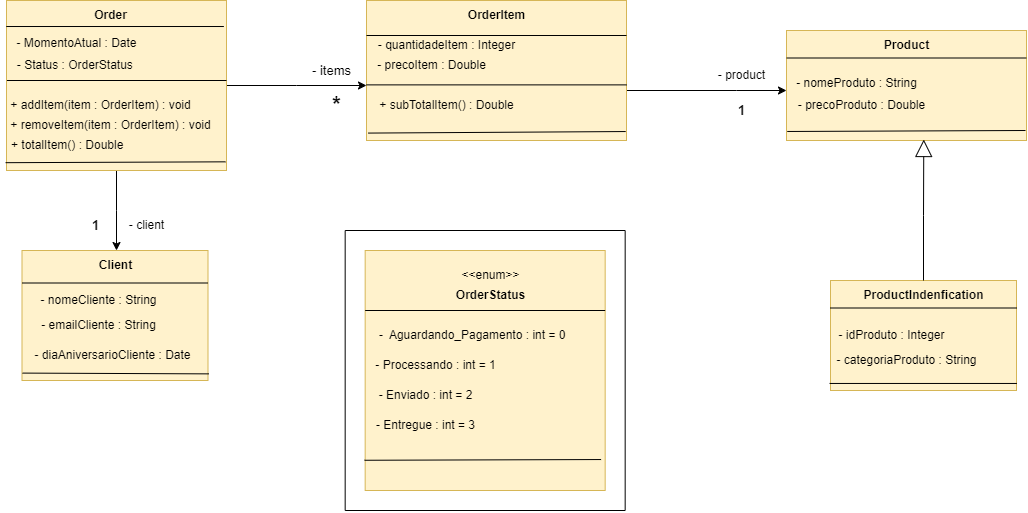
Earlier version of the draw.io export Imagens/Arquitetura_updated.drawio.png (devpaulojr/OrderingSystem). Source tidied: cells renumbered, new cells last; positions are measured from the earlier drawing's top-left corner, leaving out a move shared by most shapes. Its diagram source:
```xml
<mxGraphModel>
  <root>
    <mxCell id="0" />
    <mxCell id="1" parent="0" />
    <mxCell id="2" style="edgeStyle=orthogonalEdgeStyle;rounded=0;jettySize=auto;html=1;exitX=0.5;exitY=1;exitDx=0;exitDy=0;" parent="1" edge="1" source="4">
      <mxGeometry relative="1" as="geometry">
        <mxPoint x="116" y="250" as="targetPoint" />
      </mxGeometry>
    </mxCell>
    <mxCell id="3" style="edgeStyle=orthogonalEdgeStyle;rounded=0;jettySize=auto;html=1;" parent="1" edge="1" source="4">
      <mxGeometry relative="1" as="geometry">
        <mxPoint x="366" y="85" as="targetPoint" />
      </mxGeometry>
    </mxCell>
    <mxCell id="4" style="rounded=0;whiteSpace=wrap;html=1;fillColor=#fff2cc;strokeColor=#d6b656;" parent="1" vertex="1">
      <mxGeometry x="6" width="220" height="170" as="geometry" />
    </mxCell>
    <mxCell id="5" style="endArrow=none;html=1;rounded=0;exitX=-0.001;exitY=0.153;exitDx=0;exitDy=0;entryX=0.988;entryY=0.153;entryDx=0;entryDy=0;entryPerimeter=0;exitPerimeter=0;" parent="1" edge="1" source="4" target="4">
      <mxGeometry relative="1" as="geometry" />
    </mxCell>
    <mxCell id="6" value="&lt;b&gt;Order&lt;/b&gt;" style="text;html=1;align=center;verticalAlign=middle;strokeColor=none;fillColor=none;" parent="1" vertex="1">
      <mxGeometry x="80" width="60" height="30" as="geometry" />
    </mxCell>
    <mxCell id="7" value="- MomentoAtual : Date&lt;div&gt;&lt;br&gt;&lt;/div&gt;" style="text;html=1;align=center;verticalAlign=middle;strokeColor=none;fillColor=none;" parent="1" vertex="1">
      <mxGeometry x="6" y="30" width="140" height="40" as="geometry" />
    </mxCell>
    <mxCell id="8" value="- Status : OrderStatus&amp;nbsp;" style="text;html=1;align=center;verticalAlign=middle;strokeColor=none;fillColor=none;" parent="1" vertex="1">
      <mxGeometry x="6" y="50" width="140" height="30" as="geometry" />
    </mxCell>
    <mxCell id="9" style="endArrow=none;html=1;rounded=0;exitX=0.004;exitY=0.593;exitDx=0;exitDy=0;exitPerimeter=0;entryX=1.002;entryY=0.593;entryDx=0;entryDy=0;entryPerimeter=0;" parent="1" edge="1">
      <mxGeometry relative="1" as="geometry">
        <mxPoint x="6.4" y="80" as="sourcePoint" />
        <mxPoint x="226" y="80" as="targetPoint" />
      </mxGeometry>
    </mxCell>
    <mxCell id="10" value="+ addItem(item : OrderItem) : void" style="text;html=1;align=center;verticalAlign=middle;strokeColor=none;fillColor=none;" parent="1" vertex="1">
      <mxGeometry y="90" width="200" height="30" as="geometry" />
    </mxCell>
    <mxCell id="11" value="+ removeItem(item : OrderItem) : void" style="text;html=1;align=center;verticalAlign=middle;strokeColor=none;fillColor=none;" parent="1" vertex="1">
      <mxGeometry y="110" width="220" height="30" as="geometry" />
    </mxCell>
    <mxCell id="12" value="+ totalItem() : Double&amp;nbsp;&amp;nbsp;" style="text;html=1;align=center;verticalAlign=middle;strokeColor=none;fillColor=none;" parent="1" vertex="1">
      <mxGeometry y="130" width="140" height="30" as="geometry" />
    </mxCell>
    <mxCell id="13" style="rounded=0;whiteSpace=wrap;html=1;fillColor=#fff2cc;strokeColor=#d6b656;" parent="1" vertex="1">
      <mxGeometry x="21.5" y="250" width="186" height="130" as="geometry" />
    </mxCell>
    <mxCell id="14" value="&lt;b&gt;Client&lt;/b&gt;" style="text;html=1;align=center;verticalAlign=middle;strokeColor=none;fillColor=none;" parent="1" vertex="1">
      <mxGeometry x="84.5" y="250" width="60" height="30" as="geometry" />
    </mxCell>
    <mxCell id="15" value="- nomeCliente : String" style="text;html=1;align=center;verticalAlign=middle;strokeColor=none;fillColor=none;" parent="1" vertex="1">
      <mxGeometry x="27.5" y="285" width="140" height="30" as="geometry" />
    </mxCell>
    <mxCell id="16" value="- emailCliente : String" style="text;html=1;align=center;verticalAlign=middle;strokeColor=none;fillColor=none;" parent="1" vertex="1">
      <mxGeometry x="27.5" y="310" width="140" height="30" as="geometry" />
    </mxCell>
    <mxCell id="17" value="- diaAniversarioCliente : Date" style="text;html=1;align=center;verticalAlign=middle;strokeColor=none;fillColor=none;" parent="1" vertex="1">
      <mxGeometry x="21.5" y="340" width="180" height="30" as="geometry" />
    </mxCell>
    <mxCell id="18" style="endArrow=none;html=1;rounded=0;entryX=0;entryY=0.25;entryDx=0;entryDy=0;exitX=1;exitY=0.25;exitDx=0;exitDy=0;" parent="1" edge="1" source="13" target="13">
      <mxGeometry relative="1" as="geometry" />
    </mxCell>
    <mxCell id="19" style="edgeStyle=orthogonalEdgeStyle;rounded=0;jettySize=auto;html=1;exitX=1;exitY=0.75;exitDx=0;exitDy=0;" parent="1" edge="1" source="20">
      <mxGeometry relative="1" as="geometry">
        <mxPoint x="786" y="90" as="targetPoint" />
        <Array as="points">
          <mxPoint x="736" y="90" />
          <mxPoint x="736" y="90" />
        </Array>
      </mxGeometry>
    </mxCell>
    <mxCell id="20" style="rounded=0;whiteSpace=wrap;html=1;fillColor=#fff2cc;strokeColor=#d6b656;" parent="1" vertex="1">
      <mxGeometry x="366" width="260" height="140" as="geometry" />
    </mxCell>
    <mxCell id="21" value="&lt;b&gt;OrderItem&lt;/b&gt;" style="text;html=1;align=center;verticalAlign=middle;strokeColor=none;fillColor=none;" parent="1" vertex="1">
      <mxGeometry x="456" width="80" height="30" as="geometry" />
    </mxCell>
    <mxCell id="22" style="endArrow=none;html=1;rounded=0;entryX=1;entryY=0.25;entryDx=0;entryDy=0;exitX=0;exitY=0.25;exitDx=0;exitDy=0;elbow=vertical;" parent="1" edge="1" source="20" target="20">
      <mxGeometry relative="1" as="geometry" />
    </mxCell>
    <mxCell id="23" value="- quantidadeItem : Integer" style="text;html=1;align=center;verticalAlign=middle;strokeColor=none;fillColor=none;" parent="1" vertex="1">
      <mxGeometry x="366" y="30" width="160" height="30" as="geometry" />
    </mxCell>
    <mxCell id="24" value="- precoItem : Double" style="text;html=1;align=center;verticalAlign=middle;strokeColor=none;fillColor=none;" parent="1" vertex="1">
      <mxGeometry x="366" y="50" width="130" height="30" as="geometry" />
    </mxCell>
    <mxCell id="25" style="endArrow=none;html=1;rounded=0;entryX=1;entryY=0.75;entryDx=0;entryDy=0;exitX=0;exitY=0.75;exitDx=0;exitDy=0;" parent="1" edge="1">
      <mxGeometry relative="1" as="geometry">
        <mxPoint x="366" y="84.4" as="sourcePoint" />
        <mxPoint x="626" y="84.4" as="targetPoint" />
      </mxGeometry>
    </mxCell>
    <mxCell id="26" value="+ subTotalItem() : Double" style="text;html=1;align=center;verticalAlign=middle;strokeColor=none;fillColor=none;" parent="1" vertex="1">
      <mxGeometry x="366" y="90" width="160" height="30" as="geometry" />
    </mxCell>
    <mxCell id="27" style="rounded=0;whiteSpace=wrap;html=1;fillColor=#fff2cc;strokeColor=#d6b656;" parent="1" vertex="1">
      <mxGeometry x="786" y="30" width="240" height="110" as="geometry" />
    </mxCell>
    <mxCell id="28" value="&lt;b&gt;Product&lt;/b&gt;" style="text;html=1;align=center;verticalAlign=middle;strokeColor=none;fillColor=none;" parent="1" vertex="1">
      <mxGeometry x="871" y="30" width="70" height="30" as="geometry" />
    </mxCell>
    <mxCell id="29" value="- nomeProduto : String&lt;div&gt;&lt;div&gt;&lt;br&gt;&lt;/div&gt;&lt;/div&gt;" style="text;html=1;align=center;verticalAlign=middle;strokeColor=none;fillColor=none;" parent="1" vertex="1">
      <mxGeometry x="786" y="70" width="140" height="40" as="geometry" />
    </mxCell>
    <mxCell id="30" value="- precoProduto : Double" style="text;html=1;align=center;verticalAlign=middle;strokeColor=none;fillColor=none;" parent="1" vertex="1">
      <mxGeometry x="786" y="90" width="150" height="30" as="geometry" />
    </mxCell>
    <mxCell id="31" style="endArrow=none;html=1;rounded=0;entryX=1;entryY=0.25;entryDx=0;entryDy=0;exitX=0;exitY=0.25;exitDx=0;exitDy=0;" parent="1" edge="1" source="27" target="27">
      <mxGeometry relative="1" as="geometry" />
    </mxCell>
    <mxCell id="32" style="endArrow=none;html=1;rounded=0;entryX=1.005;entryY=0.949;entryDx=0;entryDy=0;entryPerimeter=0;exitX=0.003;exitY=0.943;exitDx=0;exitDy=0;exitPerimeter=0;" parent="1" edge="1" source="13" target="13">
      <mxGeometry relative="1" as="geometry" />
    </mxCell>
    <mxCell id="33" style="endArrow=none;html=1;rounded=0;exitX=-0.004;exitY=0.954;exitDx=0;exitDy=0;exitPerimeter=0;entryX=0.996;entryY=0.949;entryDx=0;entryDy=0;entryPerimeter=0;" parent="1" edge="1" source="4" target="4">
      <mxGeometry relative="1" as="geometry" />
    </mxCell>
    <mxCell id="34" style="endArrow=none;html=1;rounded=0;exitX=0.006;exitY=0.947;exitDx=0;exitDy=0;exitPerimeter=0;entryX=0.997;entryY=0.936;entryDx=0;entryDy=0;entryPerimeter=0;" parent="1" edge="1" source="20" target="20">
      <mxGeometry relative="1" as="geometry" />
    </mxCell>
    <mxCell id="35" style="endArrow=none;html=1;rounded=0;entryX=0.003;entryY=0.918;entryDx=0;entryDy=0;entryPerimeter=0;" parent="1" edge="1" target="27">
      <mxGeometry relative="1" as="geometry">
        <mxPoint x="1025" y="130" as="sourcePoint" />
      </mxGeometry>
    </mxCell>
    <mxCell id="36" style="whiteSpace=wrap;html=1;fillColor=#fff2cc;strokeColor=#d6b656;" parent="1" vertex="1">
      <mxGeometry x="364.7" y="250" width="240" height="240" as="geometry" />
    </mxCell>
    <mxCell id="37" value="&amp;lt;&amp;lt;enum&amp;gt;&amp;gt;" style="text;html=1;align=center;verticalAlign=middle;strokeColor=none;fillColor=none;" parent="1" vertex="1">
      <mxGeometry x="449.7" y="260" width="80" height="30" as="geometry" />
    </mxCell>
    <mxCell id="38" value="&lt;b&gt;OrderStatus&lt;/b&gt;" style="text;html=1;align=center;verticalAlign=middle;strokeColor=none;fillColor=none;" parent="1" vertex="1">
      <mxGeometry x="444.7" y="280" width="90" height="30" as="geometry" />
    </mxCell>
    <mxCell id="39" style="endArrow=none;html=1;rounded=0;exitX=0;exitY=0.25;exitDx=0;exitDy=0;entryX=1;entryY=0.25;entryDx=0;entryDy=0;" parent="1" edge="1" source="36" target="36">
      <mxGeometry relative="1" as="geometry" />
    </mxCell>
    <mxCell id="40" value="-&amp;nbsp; Aguardando_Pagamento : int = 0&amp;nbsp;&amp;nbsp;" style="text;html=1;align=center;verticalAlign=middle;strokeColor=none;fillColor=none;" parent="1" vertex="1">
      <mxGeometry x="364.7" y="320" width="220" height="30" as="geometry" />
    </mxCell>
    <mxCell id="41" value="- Processando : int = 1" style="text;html=1;align=center;verticalAlign=middle;strokeColor=none;fillColor=none;" parent="1" vertex="1">
      <mxGeometry x="364.7" y="350" width="140" height="30" as="geometry" />
    </mxCell>
    <mxCell id="42" value="- Enviado : int = 2" style="text;html=1;align=center;verticalAlign=middle;strokeColor=none;fillColor=none;" parent="1" vertex="1">
      <mxGeometry x="364.7" y="380" width="120" height="30" as="geometry" />
    </mxCell>
    <mxCell id="43" value="- Entregue : int = 3" style="text;html=1;align=center;verticalAlign=middle;strokeColor=none;fillColor=none;" parent="1" vertex="1">
      <mxGeometry x="364.7" y="410" width="120" height="30" as="geometry" />
    </mxCell>
    <mxCell id="44" style="endArrow=none;html=1;rounded=0;exitX=-0.003;exitY=0.874;exitDx=0;exitDy=0;exitPerimeter=0;entryX=0.983;entryY=0.871;entryDx=0;entryDy=0;entryPerimeter=0;" parent="1" edge="1" source="36" target="36">
      <mxGeometry relative="1" as="geometry" />
    </mxCell>
    <mxCell id="45" style="endArrow=none;html=1;rounded=0;" parent="1" edge="1">
      <mxGeometry relative="1" as="geometry">
        <mxPoint x="624.7" y="230" as="sourcePoint" />
        <mxPoint x="344.7" y="230" as="targetPoint" />
      </mxGeometry>
    </mxCell>
    <mxCell id="46" style="endArrow=none;html=1;rounded=0;" parent="1" edge="1">
      <mxGeometry relative="1" as="geometry">
        <mxPoint x="344.7" y="510" as="sourcePoint" />
        <mxPoint x="344.7" y="230" as="targetPoint" />
      </mxGeometry>
    </mxCell>
    <mxCell id="47" style="endArrow=none;html=1;rounded=0;" parent="1" edge="1">
      <mxGeometry relative="1" as="geometry">
        <mxPoint x="624.7" y="510" as="sourcePoint" />
        <mxPoint x="624.7" y="230" as="targetPoint" />
      </mxGeometry>
    </mxCell>
    <mxCell id="48" style="endArrow=none;html=1;rounded=0;" parent="1" edge="1">
      <mxGeometry relative="1" as="geometry">
        <mxPoint x="344.7" y="510" as="sourcePoint" />
        <mxPoint x="624.7" y="510" as="targetPoint" />
      </mxGeometry>
    </mxCell>
    <mxCell id="49" value="&lt;b style=&quot;font-size: 22px;&quot;&gt;*&lt;/b&gt;" style="text;html=1;align=center;verticalAlign=middle;strokeColor=none;fillColor=none;spacingTop=-1;fontSize=22;" parent="1" vertex="1">
      <mxGeometry x="321" y="85" width="30" height="40" as="geometry" />
    </mxCell>
    <mxCell id="50" value="- items" style="text;html=1;align=center;verticalAlign=middle;strokeColor=none;fillColor=none;fontSize=13;" parent="1" vertex="1">
      <mxGeometry x="301" y="55" width="60" height="30" as="geometry" />
    </mxCell>
    <mxCell id="51" value="&lt;b&gt;&lt;font style=&quot;font-size: 13px;&quot;&gt;1&lt;/font&gt;&lt;/b&gt;" style="text;html=1;align=center;verticalAlign=middle;strokeColor=none;fillColor=none;" parent="1" vertex="1">
      <mxGeometry x="80" y="210" width="30" height="30" as="geometry" />
    </mxCell>
    <mxCell id="52" value="- client" style="text;html=1;align=center;verticalAlign=middle;strokeColor=none;fillColor=none;" parent="1" vertex="1">
      <mxGeometry x="116" y="210" width="60" height="30" as="geometry" />
    </mxCell>
    <mxCell id="53" value="- product" style="text;html=1;align=center;verticalAlign=middle;strokeColor=none;fillColor=none;" parent="1" vertex="1">
      <mxGeometry x="706" y="60" width="70" height="30" as="geometry" />
    </mxCell>
    <mxCell id="54" value="&lt;b&gt;&lt;font style=&quot;font-size: 13px;&quot;&gt;1&lt;/font&gt;&lt;/b&gt;" style="text;html=1;align=center;verticalAlign=middle;strokeColor=none;fillColor=none;" parent="1" vertex="1">
      <mxGeometry x="726" y="95" width="30" height="30" as="geometry" />
    </mxCell>
    <mxCell id="55" style="rounded=0;whiteSpace=wrap;html=1;fillColor=#fff2cc;strokeColor=#d6b656;" parent="1" vertex="1">
      <mxGeometry x="830" y="280" width="186" height="110" as="geometry" />
    </mxCell>
    <mxCell id="56" value="&lt;b&gt;ProductIndenfication&lt;/b&gt;" style="text;html=1;align=center;verticalAlign=middle;strokeColor=none;fillColor=none;" parent="1" vertex="1">
      <mxGeometry x="853" y="280" width="140" height="30" as="geometry" />
    </mxCell>
    <mxCell id="57" style="endArrow=none;html=1;rounded=0;exitX=0;exitY=0.25;exitDx=0;exitDy=0;entryX=1;entryY=0.25;entryDx=0;entryDy=0;" parent="1" edge="1" source="55" target="55">
      <mxGeometry relative="1" as="geometry" />
    </mxCell>
    <mxCell id="58" style="edgeStyle=orthogonalEdgeStyle;rounded=0;jettySize=auto;html=1;entryX=0.572;entryY=0.991;entryDx=0;entryDy=0;entryPerimeter=0;endArrow=block;endFill=0;strokeWidth=1;endSize=15;targetPerimeterSpacing=10;strokeColor=default;startSize=6;" parent="1" edge="1" source="55" target="27">
      <mxGeometry relative="1" as="geometry" />
    </mxCell>
    <mxCell id="59" value="- idProduto : Integer" style="text;html=1;align=center;verticalAlign=middle;strokeColor=none;fillColor=none;" parent="1" vertex="1">
      <mxGeometry x="826" y="320" width="130" height="30" as="geometry" />
    </mxCell>
    <mxCell id="60" value="- categoriaProduto : String" style="text;html=1;align=center;verticalAlign=middle;strokeColor=none;fillColor=none;" parent="1" vertex="1">
      <mxGeometry x="826" y="345" width="160" height="30" as="geometry" />
    </mxCell>
    <mxCell id="61" style="endArrow=none;html=1;rounded=0;entryX=1.002;entryY=0.936;entryDx=0;entryDy=0;entryPerimeter=0;exitX=-0.005;exitY=0.936;exitDx=0;exitDy=0;exitPerimeter=0;" parent="1" edge="1" source="55" target="55">
      <mxGeometry relative="1" as="geometry" />
    </mxCell>
  </root>
</mxGraphModel>
```
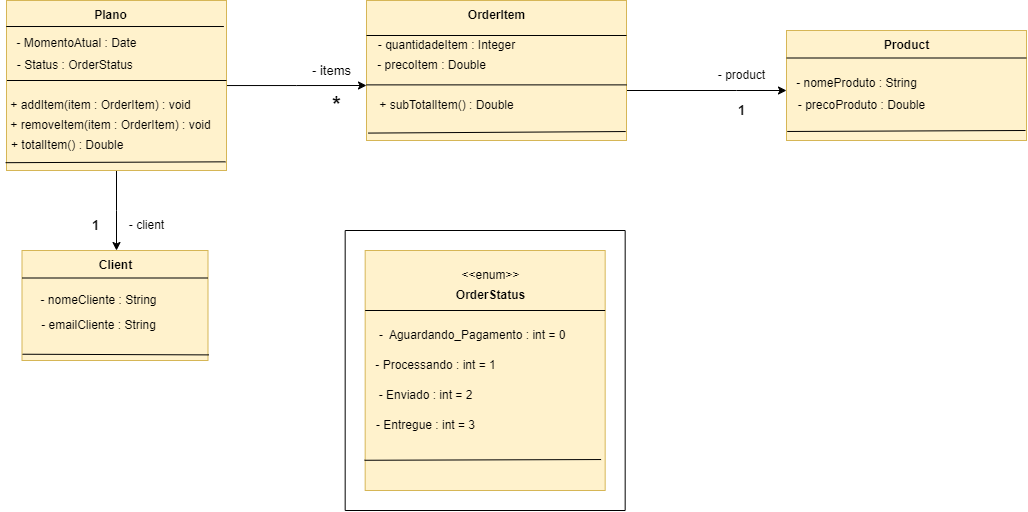
The same diagram one commit later.

Diff of the diagram source:
```diff
@@ -18,7 +18,7 @@
     <mxCell id="5" style="endArrow=none;html=1;rounded=0;exitX=-0.001;exitY=0.153;exitDx=0;exitDy=0;entryX=0.988;entryY=0.153;entryDx=0;entryDy=0;entryPerimeter=0;exitPerimeter=0;" parent="1" edge="1" source="4" target="4">
       <mxGeometry relative="1" as="geometry" />
     </mxCell>
-    <mxCell id="6" value="&lt;b&gt;Order&lt;/b&gt;" style="text;html=1;align=center;verticalAlign=middle;strokeColor=none;fillColor=none;" parent="1" vertex="1">
+    <mxCell id="6" value="&lt;b&gt;Plano&lt;/b&gt;" style="text;html=1;align=center;verticalAlign=middle;strokeColor=none;fillColor=none;" parent="1" vertex="1">
       <mxGeometry x="80" width="60" height="30" as="geometry" />
     </mxCell>
     <mxCell id="7" value="- MomentoAtual : Date&lt;div&gt;&lt;br&gt;&lt;/div&gt;" style="text;html=1;align=center;verticalAlign=middle;strokeColor=none;fillColor=none;" parent="1" vertex="1">
@@ -43,7 +43,7 @@
       <mxGeometry y="130" width="140" height="30" as="geometry" />
     </mxCell>
     <mxCell id="13" style="rounded=0;whiteSpace=wrap;html=1;fillColor=#fff2cc;strokeColor=#d6b656;" parent="1" vertex="1">
-      <mxGeometry x="21.5" y="250" width="186" height="130" as="geometry" />
+      <mxGeometry x="21.5" y="250" width="186" height="110" as="geometry" />
     </mxCell>
     <mxCell id="14" value="&lt;b&gt;Client&lt;/b&gt;" style="text;html=1;align=center;verticalAlign=middle;strokeColor=none;fillColor=none;" parent="1" vertex="1">
       <mxGeometry x="84.5" y="250" width="60" height="30" as="geometry" />
@@ -54,9 +54,6 @@
     <mxCell id="16" value="- emailCliente : String" style="text;html=1;align=center;verticalAlign=middle;strokeColor=none;fillColor=none;" parent="1" vertex="1">
       <mxGeometry x="27.5" y="310" width="140" height="30" as="geometry" />
     </mxCell>
-    <mxCell id="17" value="- diaAniversarioCliente : Date" style="text;html=1;align=center;verticalAlign=middle;strokeColor=none;fillColor=none;" parent="1" vertex="1">
-      <mxGeometry x="21.5" y="340" width="180" height="30" as="geometry" />
-    </mxCell>
     <mxCell id="18" style="endArrow=none;html=1;rounded=0;entryX=0;entryY=0.25;entryDx=0;entryDy=0;exitX=1;exitY=0.25;exitDx=0;exitDy=0;" parent="1" edge="1" source="13" target="13">
       <mxGeometry relative="1" as="geometry" />
     </mxCell>
@@ -191,26 +188,5 @@
     <mxCell id="54" value="&lt;b&gt;&lt;font style=&quot;font-size: 13px;&quot;&gt;1&lt;/font&gt;&lt;/b&gt;" style="text;html=1;align=center;verticalAlign=middle;strokeColor=none;fillColor=none;" parent="1" vertex="1">
       <mxGeometry x="726" y="95" width="30" height="30" as="geometry" />
     </mxCell>
-    <mxCell id="55" style="rounded=0;whiteSpace=wrap;html=1;fillColor=#fff2cc;strokeColor=#d6b656;" parent="1" vertex="1">
-      <mxGeometry x="830" y="280" width="186" height="110" as="geometry" />
-    </mxCell>
-    <mxCell id="56" value="&lt;b&gt;ProductIndenfication&lt;/b&gt;" style="text;html=1;align=center;verticalAlign=middle;strokeColor=none;fillColor=none;" parent="1" vertex="1">
-      <mxGeometry x="853" y="280" width="140" height="30" as="geometry" />
-    </mxCell>
-    <mxCell id="57" style="endArrow=none;html=1;rounded=0;exitX=0;exitY=0.25;exitDx=0;exitDy=0;entryX=1;entryY=0.25;entryDx=0;entryDy=0;" parent="1" edge="1" source="55" target="55">
-      <mxGeometry relative="1" as="geometry" />
-    </mxCell>
-    <mxCell id="58" style="edgeStyle=orthogonalEdgeStyle;rounded=0;jettySize=auto;html=1;entryX=0.572;entryY=0.991;entryDx=0;entryDy=0;entryPerimeter=0;endArrow=block;endFill=0;strokeWidth=1;endSize=15;targetPerimeterSpacing=10;strokeColor=default;startSize=6;" parent="1" edge="1" source="55" target="27">
-      <mxGeometry relative="1" as="geometry" />
-    </mxCell>
-    <mxCell id="59" value="- idProduto : Integer" style="text;html=1;align=center;verticalAlign=middle;strokeColor=none;fillColor=none;" parent="1" vertex="1">
-      <mxGeometry x="826" y="320" width="130" height="30" as="geometry" />
-    </mxCell>
-    <mxCell id="60" value="- categoriaProduto : String" style="text;html=1;align=center;verticalAlign=middle;strokeColor=none;fillColor=none;" parent="1" vertex="1">
-      <mxGeometry x="826" y="345" width="160" height="30" as="geometry" />
-    </mxCell>
-    <mxCell id="61" style="endArrow=none;html=1;rounded=0;entryX=1.002;entryY=0.936;entryDx=0;entryDy=0;entryPerimeter=0;exitX=-0.005;exitY=0.936;exitDx=0;exitDy=0;exitPerimeter=0;" parent="1" edge="1" source="55" target="55">
-      <mxGeometry relative="1" as="geometry" />
-    </mxCell>
   </root>
 </mxGraphModel>
```
